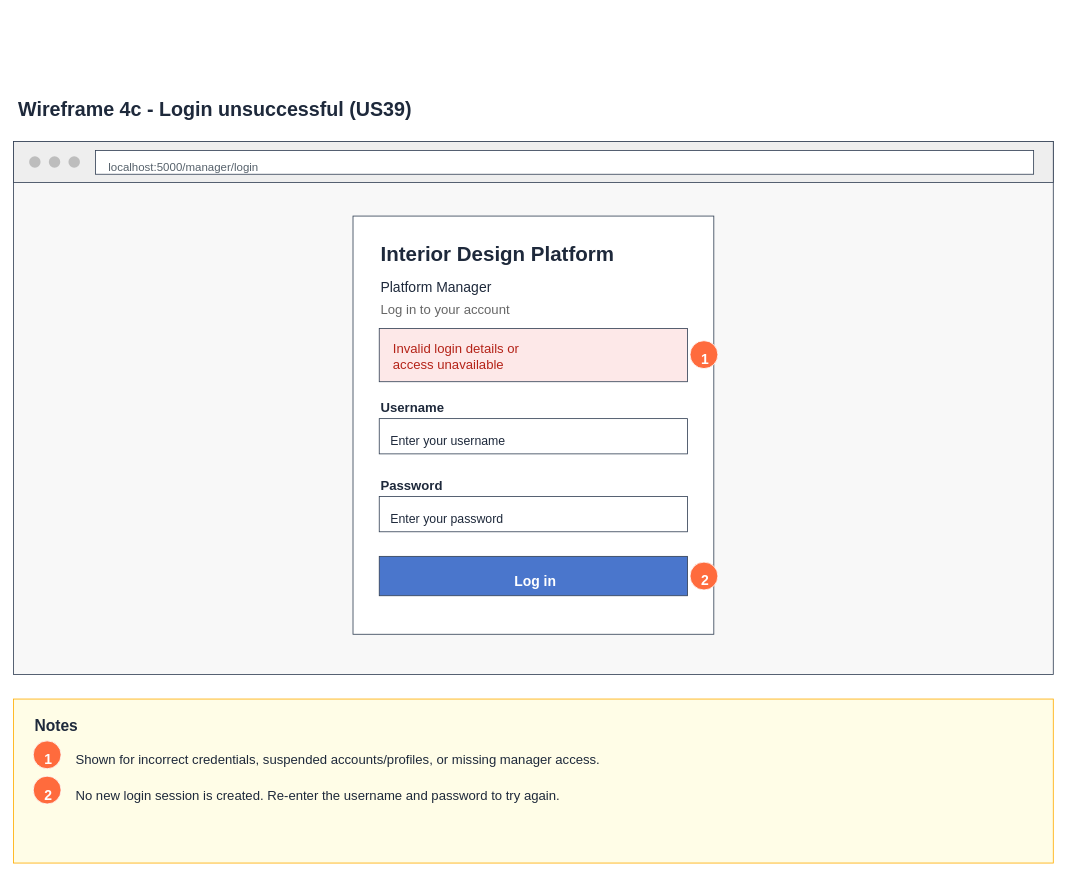
This is page "4c Wireframe - Invalid login" (4 of 7) of Sprint_2/US39 - Platform Manager Log in/US39 Platform manager log in.drawio from Hanzxc/CSIT314-ARCHSS, a draw.io file, before an edit. Source tidied: cells renumbered, new cells numbered last; positions are measured from the earlier drawing's top-left corner, leaving out a move shared by most shapes. Both pictures are drawn from the tidied source at 82%, with x=0, y=0 at pixel (13, 91).
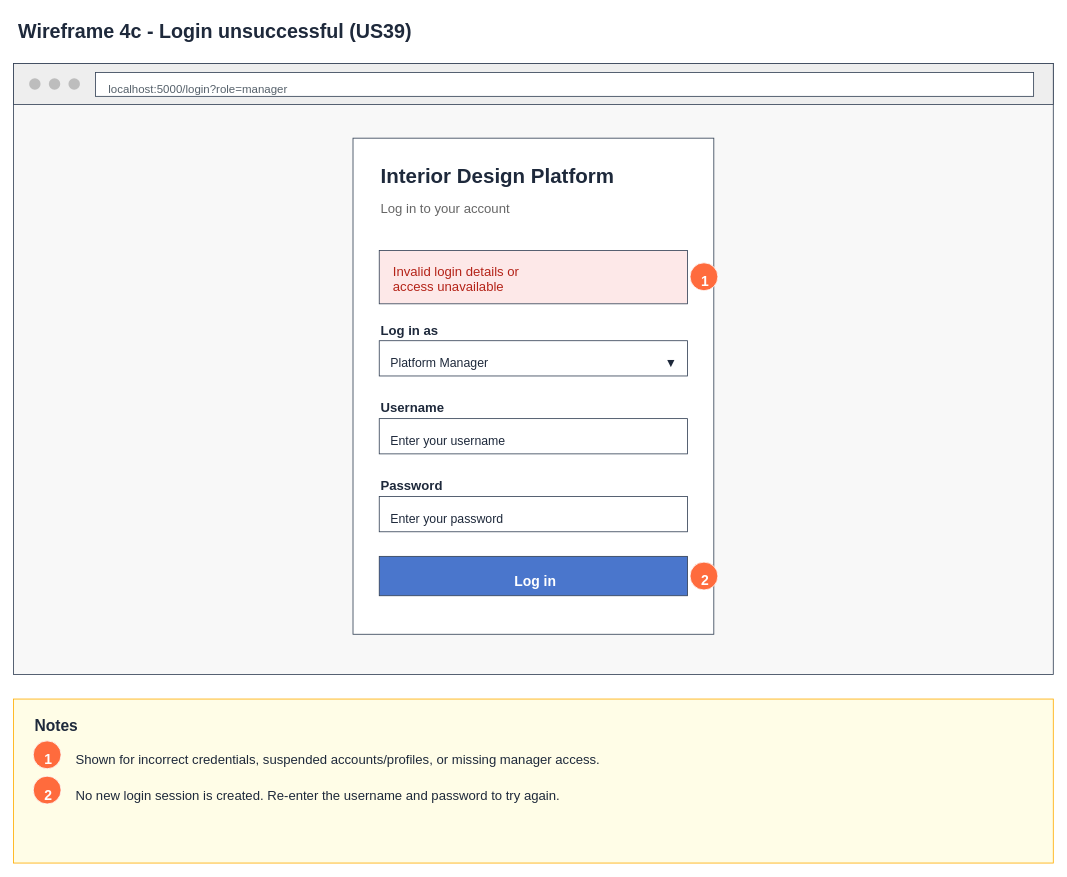
The same diagram, later.

Change to the diagram source:
```diff
@@
     <mxCell id="2" value="Wireframe 4c - Login unsuccessful (US39)" style="text;html=0;align=left;verticalAlign=top;fontSize=24;fontStyle=1;fontColor=#1e293b;" parent="1" vertex="1">
-      <mxGeometry x="4" width="900" height="31" as="geometry" />
+      <mxGeometry x="4" y="-95" width="900" height="31" as="geometry" />
     </mxCell>
     <mxCell id="3" style="rounded=0;whiteSpace=wrap;fillColor=#f8f8f8;strokeColor=#334155;" parent="1" vertex="1">
-      <mxGeometry y="61" width="1268" height="650" as="geometry" />
+      <mxGeometry y="-34" width="1268" height="745" as="geometry" />
     </mxCell>
     <mxCell id="4" style="rounded=0;whiteSpace=wrap;fillColor=#eeeeee;strokeColor=#334155;" parent="1" vertex="1">
-      <mxGeometry y="61" width="1268" height="50" as="geometry" />
+      <mxGeometry y="-34" width="1268" height="50" as="geometry" />
     </mxCell>
     <mxCell id="5" style="ellipse;fillColor=#bdbdbd;strokeColor=none;" parent="1" vertex="1">
-      <mxGeometry x="19" y="79" width="14" height="14" as="geometry" />
+      <mxGeometry x="19" y="-16" width="14" height="14" as="geometry" />
     </mxCell>
     <mxCell id="6" style="ellipse;fillColor=#bdbdbd;strokeColor=none;" parent="1" vertex="1">
-      <mxGeometry x="43" y="79" width="14" height="14" as="geometry" />
+      <mxGeometry x="43" y="-16" width="14" height="14" as="geometry" />
     </mxCell>
     <mxCell id="7" style="ellipse;fillColor=#bdbdbd;strokeColor=none;" parent="1" vertex="1">
-      <mxGeometry x="67" y="79" width="14" height="14" as="geometry" />
+      <mxGeometry x="67" y="-16" width="14" height="14" as="geometry" />
     </mxCell>
     <mxCell id="8" style="rounded=0;whiteSpace=wrap;fillColor=#ffffff;strokeColor=#334155;" parent="1" vertex="1">
-      <mxGeometry x="100" y="72" width="1144" height="29" as="geometry" />
+      <mxGeometry x="100" y="-23" width="1144" height="29" as="geometry" />
     </mxCell>
-    <mxCell id="9" value="localhost:5000/manager/login" style="text;html=0;align=left;verticalAlign=top;fontSize=14;fontStyle=0;fontColor=#56616b;" parent="1" vertex="1">
-      <mxGeometry x="114" y="78" width="900" height="21" as="geometry" />
+    <mxCell id="9" value="localhost:5000/login?role=manager" style="text;html=0;align=left;verticalAlign=top;fontSize=14;fontStyle=0;fontColor=#56616b;" parent="1" vertex="1">
+      <mxGeometry x="114" y="-17" width="900" height="21" as="geometry" />
     </mxCell>
     <mxCell id="10" style="rounded=0;whiteSpace=wrap;fillColor=#ffffff;strokeColor=#334155;" parent="1" vertex="1">
-      <mxGeometry x="414" y="152" width="440" height="510" as="geometry" />
+      <mxGeometry x="414" y="57" width="440" height="605" as="geometry" />
     </mxCell>
     <mxCell id="11" value="Interior Design Platform" style="text;html=0;align=left;verticalAlign=top;fontSize=25;fontStyle=1;fontColor=#1e293b;" parent="1" vertex="1">
-      <mxGeometry x="446" y="176" width="390" height="32" as="geometry" />
+      <mxGeometry x="446" y="81" width="390" height="32" as="geometry" />
     </mxCell>
-    <mxCell id="12" value="Platform Manager" style="text;html=0;align=left;verticalAlign=top;fontSize=17;fontStyle=0;fontColor=#1e293b;" parent="1" vertex="1">
-      <mxGeometry x="446" y="222" width="390" height="24" as="geometry" />
-    </mxCell>
     <mxCell id="13" value="Log in to your account" style="text;html=0;align=left;verticalAlign=top;fontSize=16;fontStyle=0;fontColor=#666666;" parent="1" vertex="1">
-      <mxGeometry x="446" y="250" width="390" height="23" as="geometry" />
+      <mxGeometry x="446" y="127" width="390" height="23" as="geometry" />
     </mxCell>
     <mxCell id="14" style="rounded=0;whiteSpace=wrap;fillColor=#fde8e8;strokeColor=#334155;" parent="1" vertex="1">
-      <mxGeometry x="446" y="289" width="376" height="65" as="geometry" />
+      <mxGeometry x="446" y="194" width="376" height="65" as="geometry" />
     </mxCell>
     <mxCell id="15" value="Invalid login details or&#10;access unavailable" style="text;html=0;align=left;verticalAlign=top;fontSize=16;fontStyle=0;fontColor=#b42318;" parent="1" vertex="1">
-      <mxGeometry x="461" y="298" width="340" height="46" as="geometry" />
+      <mxGeometry x="461" y="203" width="340" height="46" as="geometry" />
     </mxCell>
     <mxCell id="16" style="ellipse;fillColor=#ff6b3d;strokeColor=#ffffff;" parent="1" vertex="1">
-      <mxGeometry x="825" y="304" width="34" height="34" as="geometry" />
+      <mxGeometry x="825" y="209" width="34" height="34" as="geometry" />
     </mxCell>
     <mxCell id="17" value="1" style="text;html=0;align=left;verticalAlign=top;fontSize=17;fontStyle=1;fontColor=#ffffff;" parent="1" vertex="1">
-      <mxGeometry x="837" y="310" width="20" height="24" as="geometry" />
+      <mxGeometry x="837" y="215" width="20" height="24" as="geometry" />
     </mxCell>
@@
+    <mxCell id="36" value="Log in as" style="text;html=0;align=left;verticalAlign=top;fontSize=16;fontStyle=1;fontColor=#1e293b;" parent="1" vertex="1">
+      <mxGeometry x="446" y="275" width="330" height="23" as="geometry" />
+    </mxCell>
+    <mxCell id="37" style="rounded=0;whiteSpace=wrap;fillColor=#ffffff;strokeColor=#334155;" parent="1" vertex="1">
+      <mxGeometry x="446" y="304" width="376" height="43" as="geometry" />
+    </mxCell>
+    <mxCell id="12" value="Platform Manager" style="text;html=0;align=left;verticalAlign=top;fontSize=15;fontStyle=0;fontColor=#1e293b;" parent="1" vertex="1">
+      <mxGeometry x="458" y="316" width="352" height="22" as="geometry" />
+    </mxCell>
+    <mxCell id="38" value="▼" style="text;html=0;align=center;verticalAlign=top;fontSize=15;fontStyle=0;fontColor=#1e293b;" parent="1" vertex="1">
+      <mxGeometry x="792" y="316" width="20" height="22" as="geometry" />
+    </mxCell>
```
